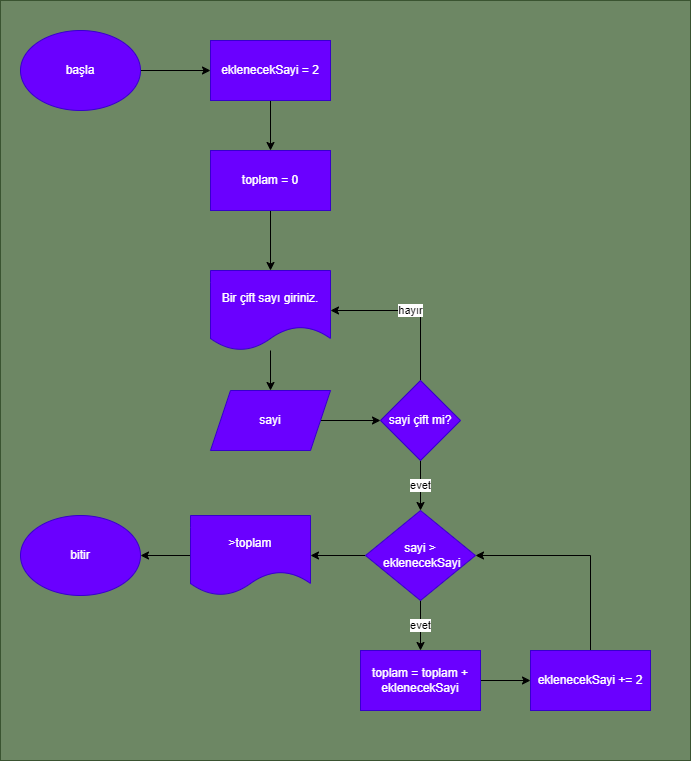
Before: SumOfEvenNumbers/SumOfEvenNumbers.drawio.png, a diagram exported from draw.io (ramazanaltintop/algorithm-flow-charts). Source tidied: cells renumbered, new cells last; positions are measured from the earlier drawing's top-left corner, leaving out a move shared by most shapes. The source it was exported from:
```xml
<mxGraphModel>
  <root>
    <mxCell id="0" />
    <mxCell id="1" parent="0" />
    <mxCell id="2" style="rounded=0;whiteSpace=wrap;html=1;fillColor=#6d8764;fontColor=#ffffff;strokeColor=#3A5431;" parent="1" vertex="1">
      <mxGeometry width="690" height="760" as="geometry" />
    </mxCell>
    <mxCell id="3" style="edgeStyle=none;html=1;entryX=0;entryY=0.5;entryDx=0;entryDy=0;" parent="1" edge="1" source="4" target="17">
      <mxGeometry relative="1" as="geometry" />
    </mxCell>
    <mxCell id="4" value="başla" style="ellipse;whiteSpace=wrap;html=1;fillColor=#6a00ff;fontColor=#ffffff;strokeColor=#3700CC;" parent="1" vertex="1">
      <mxGeometry x="20" y="30" width="120" height="80" as="geometry" />
    </mxCell>
    <mxCell id="5" style="edgeStyle=none;html=1;" parent="1" edge="1" source="6" target="8">
      <mxGeometry relative="1" as="geometry" />
    </mxCell>
    <mxCell id="6" value="Bir çift sayı giriniz." style="shape=document;whiteSpace=wrap;html=1;boundedLbl=1;fillColor=#6a00ff;fontColor=#ffffff;strokeColor=#3700CC;" parent="1" vertex="1">
      <mxGeometry x="210" y="270" width="120" height="80" as="geometry" />
    </mxCell>
    <mxCell id="7" style="edgeStyle=none;html=1;" parent="1" edge="1" source="8" target="11">
      <mxGeometry relative="1" as="geometry" />
    </mxCell>
    <mxCell id="8" value="sayi" style="shape=parallelogram;perimeter=parallelogramPerimeter;whiteSpace=wrap;html=1;fixedSize=1;fillColor=#6a00ff;fontColor=#ffffff;strokeColor=#3700CC;" parent="1" vertex="1">
      <mxGeometry x="210" y="390" width="120" height="60" as="geometry" />
    </mxCell>
    <mxCell id="9" value="hayır" style="edgeStyle=none;html=1;entryX=1;entryY=0.5;entryDx=0;entryDy=0;rounded=0;" parent="1" edge="1" source="11" target="6">
      <mxGeometry relative="1" as="geometry">
        <Array as="points">
          <mxPoint x="420" y="310" />
        </Array>
      </mxGeometry>
    </mxCell>
    <mxCell id="10" value="evet" style="edgeStyle=none;rounded=0;html=1;entryX=0.5;entryY=0;entryDx=0;entryDy=0;" parent="1" edge="1" source="11" target="22">
      <mxGeometry relative="1" as="geometry" />
    </mxCell>
    <mxCell id="11" value="sayi çift mi?" style="rhombus;whiteSpace=wrap;html=1;fillColor=#6a00ff;fontColor=#ffffff;strokeColor=#3700CC;" parent="1" vertex="1">
      <mxGeometry x="380" y="380" width="80" height="80" as="geometry" />
    </mxCell>
    <mxCell id="12" style="edgeStyle=none;rounded=0;html=1;entryX=0.5;entryY=0;entryDx=0;entryDy=0;" parent="1" edge="1" source="13" target="6">
      <mxGeometry relative="1" as="geometry" />
    </mxCell>
    <mxCell id="13" value="toplam = 0" style="rounded=0;whiteSpace=wrap;html=1;fillColor=#6a00ff;fontColor=#ffffff;strokeColor=#3700CC;" parent="1" vertex="1">
      <mxGeometry x="210" y="150" width="120" height="60" as="geometry" />
    </mxCell>
    <mxCell id="14" style="edgeStyle=none;rounded=0;html=1;" parent="1" edge="1" source="15" target="19">
      <mxGeometry relative="1" as="geometry" />
    </mxCell>
    <mxCell id="15" value="toplam = toplam + eklenecekSayi" style="rounded=0;whiteSpace=wrap;html=1;fillColor=#6a00ff;fontColor=#ffffff;strokeColor=#3700CC;" parent="1" vertex="1">
      <mxGeometry x="360" y="650" width="120" height="60" as="geometry" />
    </mxCell>
    <mxCell id="16" style="edgeStyle=none;rounded=0;html=1;entryX=0.5;entryY=0;entryDx=0;entryDy=0;" parent="1" edge="1" source="17" target="13">
      <mxGeometry relative="1" as="geometry" />
    </mxCell>
    <mxCell id="17" value="eklenecekSayi = 2" style="rounded=0;whiteSpace=wrap;html=1;fillColor=#6a00ff;fontColor=#ffffff;strokeColor=#3700CC;" parent="1" vertex="1">
      <mxGeometry x="210" y="40" width="120" height="60" as="geometry" />
    </mxCell>
    <mxCell id="18" style="edgeStyle=none;rounded=0;html=1;exitX=0.5;exitY=0;exitDx=0;exitDy=0;entryX=1;entryY=0.5;entryDx=0;entryDy=0;" parent="1" edge="1" source="19" target="22">
      <mxGeometry relative="1" as="geometry">
        <Array as="points">
          <mxPoint x="590" y="555" />
        </Array>
      </mxGeometry>
    </mxCell>
    <mxCell id="19" value="eklenecekSayi += 2" style="rounded=0;whiteSpace=wrap;html=1;fillColor=#6a00ff;fontColor=#ffffff;strokeColor=#3700CC;" parent="1" vertex="1">
      <mxGeometry x="530" y="650" width="120" height="60" as="geometry" />
    </mxCell>
    <mxCell id="20" value="evet" style="edgeStyle=none;rounded=0;html=1;" parent="1" edge="1" source="22" target="15">
      <mxGeometry relative="1" as="geometry" />
    </mxCell>
    <mxCell id="21" style="edgeStyle=none;rounded=0;html=1;entryX=1;entryY=0.5;entryDx=0;entryDy=0;" parent="1" edge="1" source="22" target="25">
      <mxGeometry relative="1" as="geometry" />
    </mxCell>
    <mxCell id="22" value="sayi &amp;gt;&lt;br&gt;&amp;nbsp;eklenecekSayi" style="rhombus;whiteSpace=wrap;html=1;fillColor=#6a00ff;fontColor=#ffffff;strokeColor=#3700CC;" parent="1" vertex="1">
      <mxGeometry x="365" y="510" width="110" height="90" as="geometry" />
    </mxCell>
    <mxCell id="23" value="bitir" style="ellipse;whiteSpace=wrap;html=1;fillColor=#6a00ff;fontColor=#ffffff;strokeColor=#3700CC;" parent="1" vertex="1">
      <mxGeometry x="20" y="515" width="120" height="80" as="geometry" />
    </mxCell>
    <mxCell id="24" style="edgeStyle=none;rounded=0;html=1;" parent="1" edge="1" source="25" target="23">
      <mxGeometry relative="1" as="geometry" />
    </mxCell>
    <mxCell id="25" value="&amp;gt;toplam" style="shape=document;whiteSpace=wrap;html=1;boundedLbl=1;fillColor=#6a00ff;fontColor=#ffffff;strokeColor=#3700CC;" parent="1" vertex="1">
      <mxGeometry x="190" y="515" width="120" height="80" as="geometry" />
    </mxCell>
  </root>
</mxGraphModel>
```
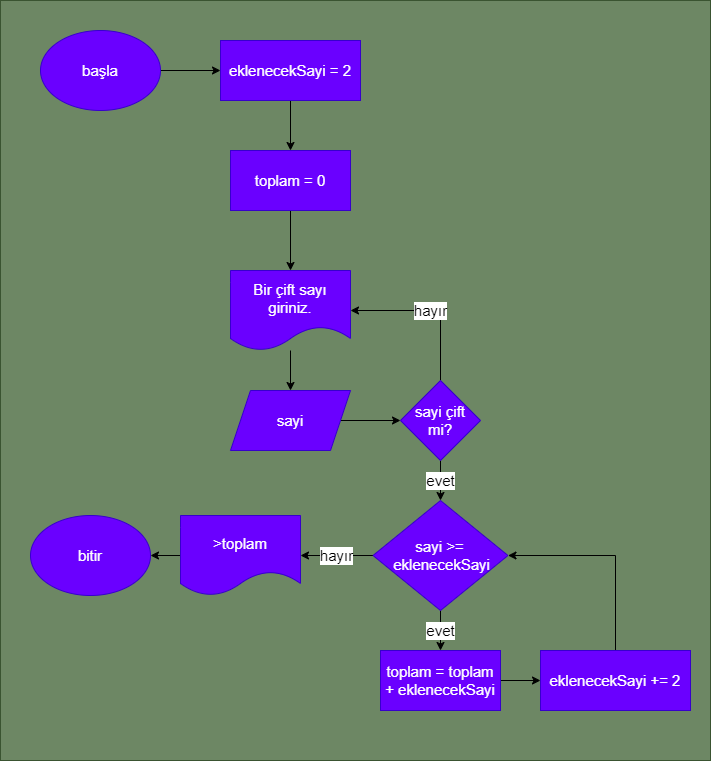
Later version of the same file.

What changed in the source:
```diff
@@ -2,85 +2,85 @@
   <root>
     <mxCell id="0" />
     <mxCell id="1" parent="0" />
-    <mxCell id="2" style="rounded=0;whiteSpace=wrap;html=1;fillColor=#6d8764;fontColor=#ffffff;strokeColor=#3A5431;" parent="1" vertex="1">
-      <mxGeometry width="690" height="760" as="geometry" />
+    <mxCell id="2" style="rounded=0;whiteSpace=wrap;html=1;fillColor=#6d8764;fontColor=#ffffff;strokeColor=#3A5431;fontSize=15;" parent="1" vertex="1">
+      <mxGeometry x="-10" width="710" height="760" as="geometry" />
     </mxCell>
-    <mxCell id="3" style="edgeStyle=none;html=1;entryX=0;entryY=0.5;entryDx=0;entryDy=0;" parent="1" edge="1" source="4" target="17">
+    <mxCell id="3" style="edgeStyle=none;html=1;entryX=0;entryY=0.5;entryDx=0;entryDy=0;fontSize=15;" parent="1" edge="1" source="4" target="17">
       <mxGeometry relative="1" as="geometry" />
     </mxCell>
-    <mxCell id="4" value="başla" style="ellipse;whiteSpace=wrap;html=1;fillColor=#6a00ff;fontColor=#ffffff;strokeColor=#3700CC;" parent="1" vertex="1">
-      <mxGeometry x="20" y="30" width="120" height="80" as="geometry" />
+    <mxCell id="4" value="başla" style="ellipse;whiteSpace=wrap;html=1;fillColor=#6a00ff;fontColor=#ffffff;strokeColor=#3700CC;fontSize=15;" parent="1" vertex="1">
+      <mxGeometry x="30" y="30" width="120" height="80" as="geometry" />
     </mxCell>
-    <mxCell id="5" style="edgeStyle=none;html=1;" parent="1" edge="1" source="6" target="8">
+    <mxCell id="5" style="edgeStyle=none;html=1;fontSize=15;" parent="1" edge="1" source="6" target="8">
       <mxGeometry relative="1" as="geometry" />
     </mxCell>
-    <mxCell id="6" value="Bir çift sayı giriniz." style="shape=document;whiteSpace=wrap;html=1;boundedLbl=1;fillColor=#6a00ff;fontColor=#ffffff;strokeColor=#3700CC;" parent="1" vertex="1">
-      <mxGeometry x="210" y="270" width="120" height="80" as="geometry" />
+    <mxCell id="6" value="Bir çift sayı giriniz." style="shape=document;whiteSpace=wrap;html=1;boundedLbl=1;fillColor=#6a00ff;fontColor=#ffffff;strokeColor=#3700CC;fontSize=15;" parent="1" vertex="1">
+      <mxGeometry x="220" y="270" width="120" height="80" as="geometry" />
     </mxCell>
-    <mxCell id="7" style="edgeStyle=none;html=1;" parent="1" edge="1" source="8" target="11">
+    <mxCell id="7" style="edgeStyle=none;html=1;fontSize=15;" parent="1" edge="1" source="8" target="11">
       <mxGeometry relative="1" as="geometry" />
     </mxCell>
-    <mxCell id="8" value="sayi" style="shape=parallelogram;perimeter=parallelogramPerimeter;whiteSpace=wrap;html=1;fixedSize=1;fillColor=#6a00ff;fontColor=#ffffff;strokeColor=#3700CC;" parent="1" vertex="1">
-      <mxGeometry x="210" y="390" width="120" height="60" as="geometry" />
+    <mxCell id="8" value="sayi" style="shape=parallelogram;perimeter=parallelogramPerimeter;whiteSpace=wrap;html=1;fixedSize=1;fillColor=#6a00ff;fontColor=#ffffff;strokeColor=#3700CC;fontSize=15;" parent="1" vertex="1">
+      <mxGeometry x="220" y="390" width="120" height="60" as="geometry" />
     </mxCell>
-    <mxCell id="9" value="hayır" style="edgeStyle=none;html=1;entryX=1;entryY=0.5;entryDx=0;entryDy=0;rounded=0;" parent="1" edge="1" source="11" target="6">
+    <mxCell id="9" value="hayır" style="edgeStyle=none;html=1;entryX=1;entryY=0.5;entryDx=0;entryDy=0;rounded=0;fontSize=15;" parent="1" edge="1" source="11" target="6">
       <mxGeometry relative="1" as="geometry">
         <Array as="points">
-          <mxPoint x="420" y="310" />
+          <mxPoint x="430" y="310" />
         </Array>
       </mxGeometry>
     </mxCell>
-    <mxCell id="10" value="evet" style="edgeStyle=none;rounded=0;html=1;entryX=0.5;entryY=0;entryDx=0;entryDy=0;" parent="1" edge="1" source="11" target="22">
+    <mxCell id="10" value="evet" style="edgeStyle=none;rounded=0;html=1;entryX=0.5;entryY=0;entryDx=0;entryDy=0;fontSize=15;" parent="1" edge="1" source="11" target="22">
       <mxGeometry relative="1" as="geometry" />
     </mxCell>
-    <mxCell id="11" value="sayi çift mi?" style="rhombus;whiteSpace=wrap;html=1;fillColor=#6a00ff;fontColor=#ffffff;strokeColor=#3700CC;" parent="1" vertex="1">
-      <mxGeometry x="380" y="380" width="80" height="80" as="geometry" />
+    <mxCell id="11" value="sayi çift mi?" style="rhombus;whiteSpace=wrap;html=1;fillColor=#6a00ff;fontColor=#ffffff;strokeColor=#3700CC;fontSize=15;" parent="1" vertex="1">
+      <mxGeometry x="390" y="380" width="80" height="80" as="geometry" />
     </mxCell>
-    <mxCell id="12" style="edgeStyle=none;rounded=0;html=1;entryX=0.5;entryY=0;entryDx=0;entryDy=0;" parent="1" edge="1" source="13" target="6">
+    <mxCell id="12" style="edgeStyle=none;rounded=0;html=1;entryX=0.5;entryY=0;entryDx=0;entryDy=0;fontSize=15;" parent="1" edge="1" source="13" target="6">
       <mxGeometry relative="1" as="geometry" />
     </mxCell>
-    <mxCell id="13" value="toplam = 0" style="rounded=0;whiteSpace=wrap;html=1;fillColor=#6a00ff;fontColor=#ffffff;strokeColor=#3700CC;" parent="1" vertex="1">
-      <mxGeometry x="210" y="150" width="120" height="60" as="geometry" />
+    <mxCell id="13" value="toplam = 0" style="rounded=0;whiteSpace=wrap;html=1;fillColor=#6a00ff;fontColor=#ffffff;strokeColor=#3700CC;fontSize=15;" parent="1" vertex="1">
+      <mxGeometry x="220" y="150" width="120" height="60" as="geometry" />
     </mxCell>
-    <mxCell id="14" style="edgeStyle=none;rounded=0;html=1;" parent="1" edge="1" source="15" target="19">
+    <mxCell id="14" style="edgeStyle=none;rounded=0;html=1;fontSize=15;" parent="1" edge="1" source="15" target="19">
       <mxGeometry relative="1" as="geometry" />
     </mxCell>
-    <mxCell id="15" value="toplam = toplam + eklenecekSayi" style="rounded=0;whiteSpace=wrap;html=1;fillColor=#6a00ff;fontColor=#ffffff;strokeColor=#3700CC;" parent="1" vertex="1">
-      <mxGeometry x="360" y="650" width="120" height="60" as="geometry" />
+    <mxCell id="15" value="toplam = toplam + eklenecekSayi" style="rounded=0;whiteSpace=wrap;html=1;fillColor=#6a00ff;fontColor=#ffffff;strokeColor=#3700CC;fontSize=15;" parent="1" vertex="1">
+      <mxGeometry x="370" y="650" width="120" height="60" as="geometry" />
     </mxCell>
-    <mxCell id="16" style="edgeStyle=none;rounded=0;html=1;entryX=0.5;entryY=0;entryDx=0;entryDy=0;" parent="1" edge="1" source="17" target="13">
+    <mxCell id="16" style="edgeStyle=none;rounded=0;html=1;entryX=0.5;entryY=0;entryDx=0;entryDy=0;fontSize=15;" parent="1" edge="1" source="17" target="13">
       <mxGeometry relative="1" as="geometry" />
     </mxCell>
-    <mxCell id="17" value="eklenecekSayi = 2" style="rounded=0;whiteSpace=wrap;html=1;fillColor=#6a00ff;fontColor=#ffffff;strokeColor=#3700CC;" parent="1" vertex="1">
-      <mxGeometry x="210" y="40" width="120" height="60" as="geometry" />
+    <mxCell id="17" value="eklenecekSayi = 2" style="rounded=0;whiteSpace=wrap;html=1;fillColor=#6a00ff;fontColor=#ffffff;strokeColor=#3700CC;fontSize=15;" parent="1" vertex="1">
+      <mxGeometry x="210" y="40" width="140" height="60" as="geometry" />
     </mxCell>
-    <mxCell id="18" style="edgeStyle=none;rounded=0;html=1;exitX=0.5;exitY=0;exitDx=0;exitDy=0;entryX=1;entryY=0.5;entryDx=0;entryDy=0;" parent="1" edge="1" source="19" target="22">
+    <mxCell id="18" style="edgeStyle=none;rounded=0;html=1;exitX=0.5;exitY=0;exitDx=0;exitDy=0;entryX=1;entryY=0.5;entryDx=0;entryDy=0;fontSize=15;" parent="1" edge="1" source="19" target="22">
       <mxGeometry relative="1" as="geometry">
         <Array as="points">
-          <mxPoint x="590" y="555" />
+          <mxPoint x="605" y="555" />
         </Array>
       </mxGeometry>
     </mxCell>
-    <mxCell id="19" value="eklenecekSayi += 2" style="rounded=0;whiteSpace=wrap;html=1;fillColor=#6a00ff;fontColor=#ffffff;strokeColor=#3700CC;" parent="1" vertex="1">
-      <mxGeometry x="530" y="650" width="120" height="60" as="geometry" />
+    <mxCell id="19" value="eklenecekSayi += 2" style="rounded=0;whiteSpace=wrap;html=1;fillColor=#6a00ff;fontColor=#ffffff;strokeColor=#3700CC;fontSize=15;" parent="1" vertex="1">
+      <mxGeometry x="530" y="650" width="150" height="60" as="geometry" />
     </mxCell>
-    <mxCell id="20" value="evet" style="edgeStyle=none;rounded=0;html=1;" parent="1" edge="1" source="22" target="15">
+    <mxCell id="20" value="evet" style="edgeStyle=none;rounded=0;html=1;fontSize=15;" parent="1" edge="1" source="22" target="15">
       <mxGeometry relative="1" as="geometry" />
     </mxCell>
-    <mxCell id="21" style="edgeStyle=none;rounded=0;html=1;entryX=1;entryY=0.5;entryDx=0;entryDy=0;" parent="1" edge="1" source="22" target="25">
+    <mxCell id="21" value="hayır" style="edgeStyle=none;rounded=0;html=1;entryX=1;entryY=0.5;entryDx=0;entryDy=0;fontSize=15;" parent="1" edge="1" source="22" target="25">
       <mxGeometry relative="1" as="geometry" />
     </mxCell>
-    <mxCell id="22" value="sayi &amp;gt;&lt;br&gt;&amp;nbsp;eklenecekSayi" style="rhombus;whiteSpace=wrap;html=1;fillColor=#6a00ff;fontColor=#ffffff;strokeColor=#3700CC;" parent="1" vertex="1">
-      <mxGeometry x="365" y="510" width="110" height="90" as="geometry" />
+    <mxCell id="22" value="sayi &amp;gt;=&lt;br style=&quot;font-size: 15px;&quot;&gt;&amp;nbsp;eklenecekSayi" style="rhombus;whiteSpace=wrap;html=1;fillColor=#6a00ff;fontColor=#ffffff;strokeColor=#3700CC;fontSize=15;" parent="1" vertex="1">
+      <mxGeometry x="362.5" y="500" width="135" height="110" as="geometry" />
     </mxCell>
-    <mxCell id="23" value="bitir" style="ellipse;whiteSpace=wrap;html=1;fillColor=#6a00ff;fontColor=#ffffff;strokeColor=#3700CC;" parent="1" vertex="1">
+    <mxCell id="23" value="bitir" style="ellipse;whiteSpace=wrap;html=1;fillColor=#6a00ff;fontColor=#ffffff;strokeColor=#3700CC;fontSize=15;" parent="1" vertex="1">
       <mxGeometry x="20" y="515" width="120" height="80" as="geometry" />
     </mxCell>
-    <mxCell id="24" style="edgeStyle=none;rounded=0;html=1;" parent="1" edge="1" source="25" target="23">
+    <mxCell id="24" style="edgeStyle=none;rounded=0;html=1;fontSize=15;" parent="1" edge="1" source="25" target="23">
       <mxGeometry relative="1" as="geometry" />
     </mxCell>
-    <mxCell id="25" value="&amp;gt;toplam" style="shape=document;whiteSpace=wrap;html=1;boundedLbl=1;fillColor=#6a00ff;fontColor=#ffffff;strokeColor=#3700CC;" parent="1" vertex="1">
-      <mxGeometry x="190" y="515" width="120" height="80" as="geometry" />
+    <mxCell id="25" value="&amp;gt;toplam" style="shape=document;whiteSpace=wrap;html=1;boundedLbl=1;fillColor=#6a00ff;fontColor=#ffffff;strokeColor=#3700CC;fontSize=15;" parent="1" vertex="1">
+      <mxGeometry x="170" y="515" width="120" height="80" as="geometry" />
     </mxCell>
   </root>
 </mxGraphModel>
```
